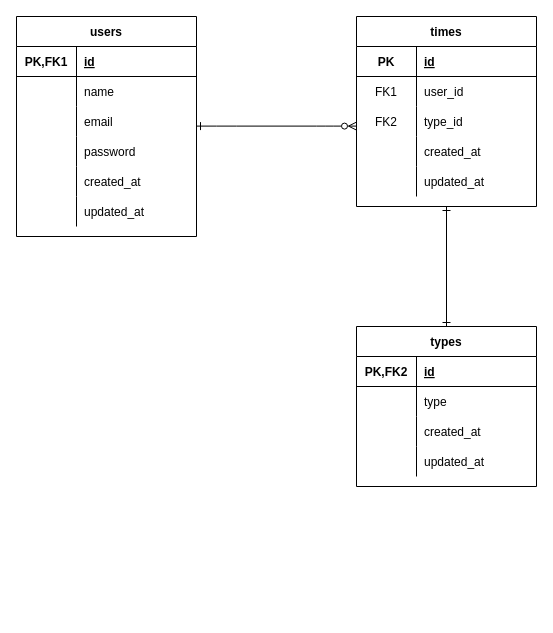
Before: er.dio in Hiroto1119/20220521_kintaiApp, a draw.io diagram. Source tidied: cells renumbered, new cells numbered last; positions are measured from the earlier drawing's top-left corner, leaving out a move shared by most shapes. Both pictures are drawn from the tidied source at 100%, with x=0, y=0 at pixel (16, 16).
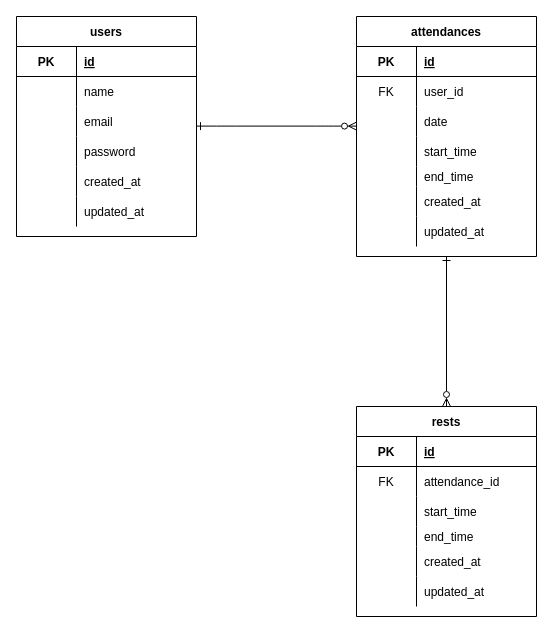
The same page after the edit.

Unchanged cells that the change refers to:
```xml
<mxCell id="3" style="shape=partialRectangle;fillColor=none;top=0;left=0;bottom=1;right=0;" parent="2" vertex="1">
  <mxGeometry y="30" width="180" height="30" as="geometry" />
</mxCell>
<mxCell id="25" style="shape=partialRectangle;fillColor=none;top=0;left=0;bottom=0;right=0;" parent="21" vertex="1">
  <mxGeometry y="60" width="180" height="30" as="geometry" />
</mxCell>
<mxCell id="28" style="shape=partialRectangle;fillColor=none;top=0;left=0;bottom=0;right=0;" parent="21" vertex="1">
  <mxGeometry y="90" width="180" height="30" as="geometry" />
</mxCell>
```

What changed in the source:
```diff
@@
-    <mxCell id="4" value="PK,FK1" style="shape=partialRectangle;fillColor=none;top=0;left=0;bottom=0;right=0;fontStyle=1;overflow=hidden;" parent="3" vertex="1">
+    <mxCell id="4" value="PK" style="shape=partialRectangle;fillColor=none;top=0;left=0;bottom=0;right=0;fontStyle=1;overflow=hidden;" parent="3" vertex="1">
       <mxGeometry width="60" height="30" as="geometry" />
     </mxCell>
@@
-    <mxCell id="21" value="times" style="shape=table;startSize=30;childLayout=tableLayout;rowLines=0;fontStyle=1;align=center;" parent="1" vertex="1">
-      <mxGeometry x="340" width="180" height="190" as="geometry" />
+    <mxCell id="21" value="attendances" style="shape=table;startSize=30;childLayout=tableLayout;rowLines=0;fontStyle=1;align=center;" parent="1" vertex="1">
+      <mxGeometry x="340" width="180" height="240" as="geometry" />
     </mxCell>
@@
-    <mxCell id="26" value="FK1" style="shape=partialRectangle;fillColor=none;top=0;left=0;bottom=0;right=0;overflow=hidden;" parent="25" vertex="1">
+    <mxCell id="26" value="FK" style="shape=partialRectangle;fillColor=none;top=0;left=0;bottom=0;right=0;overflow=hidden;" parent="25" vertex="1">
       <mxGeometry width="60" height="30" as="geometry" />
     </mxCell>
@@
-    <mxCell id="29" value="FK2" style="shape=partialRectangle;fillColor=none;top=0;left=0;bottom=0;right=0;overflow=hidden;" parent="28" vertex="1">
+    <mxCell id="29" style="shape=partialRectangle;fillColor=none;top=0;left=0;bottom=0;right=0;overflow=hidden;" parent="28" vertex="1">
       <mxGeometry width="60" height="30" as="geometry" />
     </mxCell>
-    <mxCell id="30" value="type_id" style="shape=partialRectangle;fillColor=none;top=0;left=0;bottom=0;right=0;align=left;spacingLeft=6;overflow=hidden;" parent="28" vertex="1">
+    <mxCell id="30" value="date" style="shape=partialRectangle;fillColor=none;top=0;left=0;bottom=0;right=0;align=left;spacingLeft=6;overflow=hidden;" parent="28" vertex="1">
       <mxGeometry x="60" width="120" height="30" as="geometry" />
     </mxCell>
+    <mxCell id="47" style="shape=partialRectangle;fillColor=none;top=0;left=0;bottom=0;right=0;" parent="21" vertex="1">
+      <mxGeometry y="120" width="180" height="30" as="geometry" />
+    </mxCell>
+    <mxCell id="52" style="shape=partialRectangle;fillColor=none;top=0;left=0;bottom=0;right=0;overflow=hidden;" parent="47" vertex="1">
+      <mxGeometry width="60" height="30" as="geometry" />
+    </mxCell>
+    <mxCell id="53" value="start_time" style="shape=partialRectangle;fillColor=none;top=0;left=0;bottom=0;right=0;align=left;spacingLeft=6;overflow=hidden;" parent="47" vertex="1">
+      <mxGeometry x="60" width="120" height="30" as="geometry" />
+    </mxCell>
+    <mxCell id="54" style="shape=partialRectangle;fillColor=none;top=0;left=0;bottom=0;right=0;" parent="21" vertex="1">
+      <mxGeometry y="150" width="180" height="20" as="geometry" />
+    </mxCell>
+    <mxCell id="55" style="shape=partialRectangle;fillColor=none;top=0;left=0;bottom=0;right=0;overflow=hidden;" parent="54" vertex="1">
+      <mxGeometry width="60" height="20" as="geometry" />
+    </mxCell>
+    <mxCell id="56" value="end_time" style="shape=partialRectangle;fillColor=none;top=0;left=0;bottom=0;right=0;align=left;spacingLeft=6;overflow=hidden;" parent="54" vertex="1">
+      <mxGeometry x="60" width="120" height="20" as="geometry" />
+    </mxCell>
     <mxCell id="31" style="shape=partialRectangle;fillColor=none;top=0;left=0;bottom=0;right=0;" parent="21" vertex="1">
-      <mxGeometry y="120" width="180" height="30" as="geometry" />
+      <mxGeometry y="170" width="180" height="30" as="geometry" />
     </mxCell>
@@
     <mxCell id="34" style="shape=partialRectangle;fillColor=none;top=0;left=0;bottom=0;right=0;" parent="21" vertex="1">
-      <mxGeometry y="150" width="180" height="30" as="geometry" />
+      <mxGeometry y="200" width="180" height="30" as="geometry" />
     </mxCell>
@@
-    <mxCell id="37" value="types" style="shape=table;startSize=30;childLayout=tableLayout;rowLines=0;fontStyle=1;align=center;" parent="1" vertex="1">
-      <mxGeometry x="340" y="310" width="180" height="160" as="geometry" />
-    </mxCell>
+    <mxCell id="50" style="edgeStyle=entityRelationEdgeStyle;fontSize=12;html=1;endArrow=ERzeroToMany;endFill=0;startArrow=ERone;startFill=0;" parent="1" edge="1">
+      <mxGeometry relative="1" as="geometry">
+        <mxPoint x="180" y="109.6" as="sourcePoint" />
+        <mxPoint x="340" y="109.6" as="targetPoint" />
+      </mxGeometry>
+    </mxCell>
+    <mxCell id="57" value="rests" style="shape=table;startSize=30;childLayout=tableLayout;rowLines=0;fontStyle=1;align=center;" parent="1" vertex="1">
+      <mxGeometry x="340" y="390" width="180" height="210" as="geometry" />
+    </mxCell>
-    <mxCell id="38" style="shape=partialRectangle;fillColor=none;top=0;left=0;bottom=1;right=0;" parent="37" vertex="1">
+    <mxCell id="38" style="shape=partialRectangle;fillColor=none;top=0;left=0;bottom=1;right=0;" parent="57" vertex="1">
       <mxGeometry y="30" width="180" height="30" as="geometry" />
     </mxCell>
-    <mxCell id="39" value="PK,FK2" style="shape=partialRectangle;fillColor=none;top=0;left=0;bottom=0;right=0;fontStyle=1;overflow=hidden;" parent="38" vertex="1">
-      <mxGeometry width="60" height="30" as="geometry" />
-    </mxCell>
+    <mxCell id="58" value="PK" style="shape=partialRectangle;fillColor=none;top=0;left=0;bottom=0;right=0;fontStyle=1;overflow=hidden;" parent="38" vertex="1">
+      <mxGeometry width="60" height="30" as="geometry" />
+    </mxCell>
@@
-    <mxCell id="41" style="shape=partialRectangle;fillColor=none;top=0;left=0;bottom=0;right=0;" parent="37" vertex="1">
+    <mxCell id="41" style="shape=partialRectangle;fillColor=none;top=0;left=0;bottom=0;right=0;" parent="57" vertex="1">
       <mxGeometry y="60" width="180" height="30" as="geometry" />
     </mxCell>
-    <mxCell id="42" style="shape=partialRectangle;fillColor=none;top=0;left=0;bottom=0;right=0;overflow=hidden;" parent="41" vertex="1">
-      <mxGeometry width="60" height="30" as="geometry" />
-    </mxCell>
-    <mxCell id="43" value="type" style="shape=partialRectangle;fillColor=none;top=0;left=0;bottom=0;right=0;align=left;spacingLeft=6;overflow=hidden;" parent="41" vertex="1">
-      <mxGeometry x="60" width="120" height="30" as="geometry" />
-    </mxCell>
+    <mxCell id="59" value="FK" style="shape=partialRectangle;fillColor=none;top=0;left=0;bottom=0;right=0;overflow=hidden;" parent="41" vertex="1">
+      <mxGeometry width="60" height="30" as="geometry" />
+    </mxCell>
+    <mxCell id="60" value="attendance_id" style="shape=partialRectangle;fillColor=none;top=0;left=0;bottom=0;right=0;align=left;spacingLeft=6;overflow=hidden;" parent="41" vertex="1">
+      <mxGeometry x="60" width="120" height="30" as="geometry" />
+    </mxCell>
-    <mxCell id="44" style="shape=partialRectangle;fillColor=none;top=0;left=0;bottom=0;right=0;" parent="37" vertex="1">
+    <mxCell id="44" style="shape=partialRectangle;fillColor=none;top=0;left=0;bottom=0;right=0;" parent="57" vertex="1">
       <mxGeometry y="90" width="180" height="30" as="geometry" />
     </mxCell>
-    <mxCell id="45" style="shape=partialRectangle;fillColor=none;top=0;left=0;bottom=0;right=0;overflow=hidden;" parent="44" vertex="1">
-      <mxGeometry width="60" height="30" as="geometry" />
-    </mxCell>
+    <mxCell id="61" style="shape=partialRectangle;fillColor=none;top=0;left=0;bottom=0;right=0;overflow=hidden;" parent="44" vertex="1">
+      <mxGeometry width="60" height="30" as="geometry" />
+    </mxCell>
+    <mxCell id="62" value="start_time" style="shape=partialRectangle;fillColor=none;top=0;left=0;bottom=0;right=0;align=left;spacingLeft=6;overflow=hidden;" parent="44" vertex="1">
+      <mxGeometry x="60" width="120" height="30" as="geometry" />
+    </mxCell>
+    <mxCell id="63" style="shape=partialRectangle;fillColor=none;top=0;left=0;bottom=0;right=0;" parent="57" vertex="1">
+      <mxGeometry y="120" width="180" height="20" as="geometry" />
+    </mxCell>
+    <mxCell id="64" style="shape=partialRectangle;fillColor=none;top=0;left=0;bottom=0;right=0;overflow=hidden;" parent="63" vertex="1">
+      <mxGeometry width="60" height="20" as="geometry" />
+    </mxCell>
+    <mxCell id="65" value="end_time" style="shape=partialRectangle;fillColor=none;top=0;left=0;bottom=0;right=0;align=left;spacingLeft=6;overflow=hidden;" parent="63" vertex="1">
+      <mxGeometry x="60" width="120" height="20" as="geometry" />
+    </mxCell>
+    <mxCell id="66" style="shape=partialRectangle;fillColor=none;top=0;left=0;bottom=0;right=0;" parent="57" vertex="1">
+      <mxGeometry y="140" width="180" height="30" as="geometry" />
+    </mxCell>
+    <mxCell id="67" style="shape=partialRectangle;fillColor=none;top=0;left=0;bottom=0;right=0;overflow=hidden;" parent="66" vertex="1">
+      <mxGeometry width="60" height="30" as="geometry" />
+    </mxCell>
-    <mxCell id="46" value="created_at" style="shape=partialRectangle;fillColor=none;top=0;left=0;bottom=0;right=0;align=left;spacingLeft=6;overflow=hidden;" parent="44" vertex="1">
+    <mxCell id="46" value="created_at" style="shape=partialRectangle;fillColor=none;top=0;left=0;bottom=0;right=0;align=left;spacingLeft=6;overflow=hidden;" parent="66" vertex="1">
       <mxGeometry x="60" width="120" height="30" as="geometry" />
     </mxCell>
-    <mxCell id="47" style="shape=partialRectangle;fillColor=none;top=0;left=0;bottom=0;right=0;" parent="37" vertex="1">
-      <mxGeometry y="120" width="180" height="30" as="geometry" />
-    </mxCell>
-    <mxCell id="48" style="shape=partialRectangle;fillColor=none;top=0;left=0;bottom=0;right=0;overflow=hidden;" parent="47" vertex="1">
-      <mxGeometry width="60" height="30" as="geometry" />
-    </mxCell>
+    <mxCell id="68" style="shape=partialRectangle;fillColor=none;top=0;left=0;bottom=0;right=0;" parent="57" vertex="1">
+      <mxGeometry y="170" width="180" height="30" as="geometry" />
+    </mxCell>
+    <mxCell id="69" style="shape=partialRectangle;fillColor=none;top=0;left=0;bottom=0;right=0;overflow=hidden;" parent="68" vertex="1">
+      <mxGeometry width="60" height="30" as="geometry" />
+    </mxCell>
-    <mxCell id="49" value="updated_at" style="shape=partialRectangle;fillColor=none;top=0;left=0;bottom=0;right=0;align=left;spacingLeft=6;overflow=hidden;" parent="47" vertex="1">
+    <mxCell id="49" value="updated_at" style="shape=partialRectangle;fillColor=none;top=0;left=0;bottom=0;right=0;align=left;spacingLeft=6;overflow=hidden;" parent="68" vertex="1">
       <mxGeometry x="60" width="120" height="30" as="geometry" />
     </mxCell>
-    <mxCell id="50" style="edgeStyle=entityRelationEdgeStyle;fontSize=12;html=1;endArrow=ERzeroToMany;endFill=0;startArrow=ERone;startFill=0;" parent="1" edge="1">
-      <mxGeometry relative="1" as="geometry">
-        <mxPoint x="180" y="109.6" as="sourcePoint" />
-        <mxPoint x="340" y="109.6" as="targetPoint" />
-      </mxGeometry>
-    </mxCell>
-    <mxCell id="51" style="fontSize=12;html=1;endArrow=ERone;endFill=0;startArrow=ERone;startFill=0;exitX=0.5;exitY=1;exitDx=0;exitDy=0;entryX=0.5;entryY=0;entryDx=0;entryDy=0;" parent="1" edge="1" source="21" target="37">
-      <mxGeometry relative="1" as="geometry" />
-    </mxCell>
+    <mxCell id="70" style="fontSize=12;html=1;endArrow=ERzeroToMany;endFill=0;startArrow=ERone;startFill=0;entryX=0.5;entryY=0;entryDx=0;entryDy=0;exitX=0.5;exitY=1;exitDx=0;exitDy=0;" parent="1" edge="1" source="21" target="57">
+      <mxGeometry relative="1" as="geometry" />
+    </mxCell>
```
